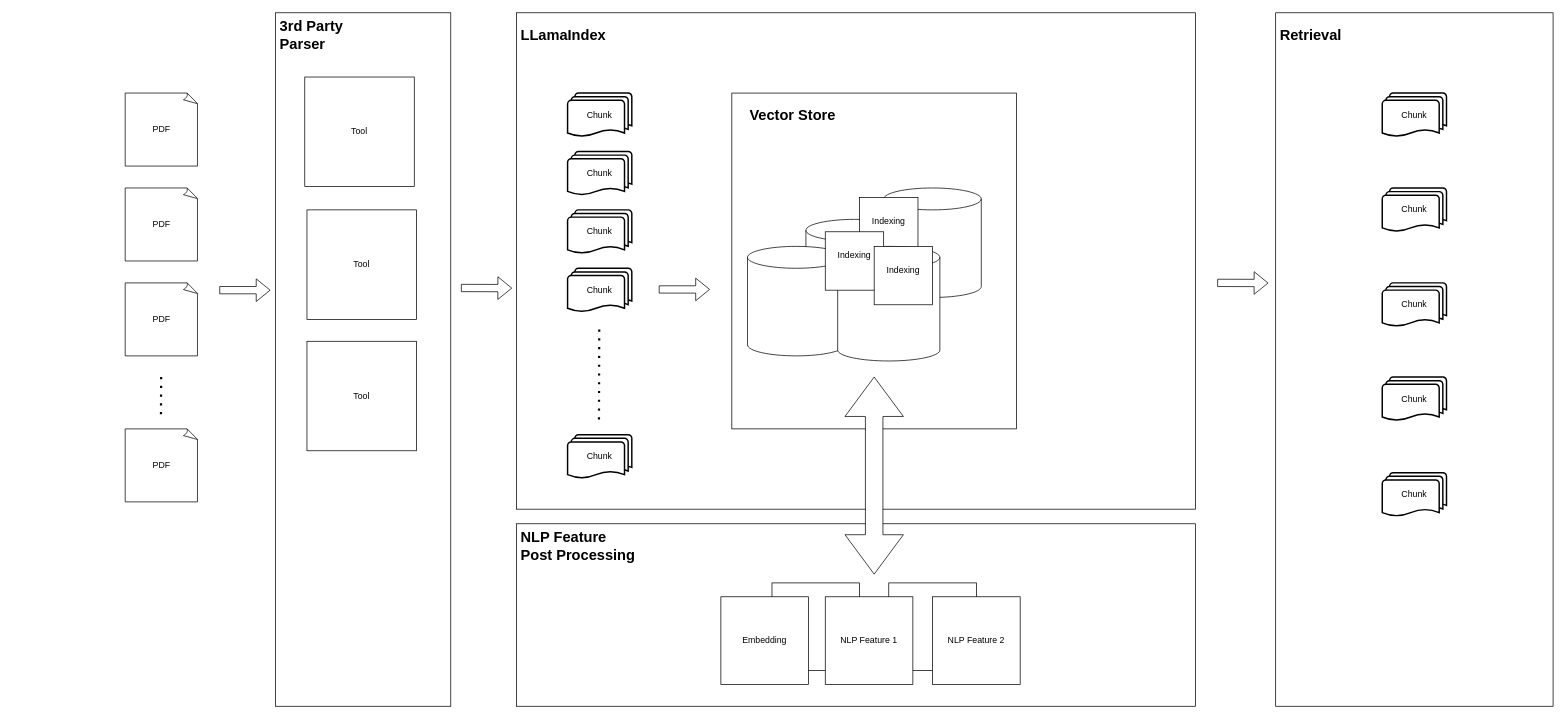
This is Untitled Diagram.drawio from xiaochen93/xiaochen93, a draw.io file, before an edit. Source tidied: cells renumbered, new cells numbered last; positions are measured from the earlier drawing's top-left corner, leaving out a move shared by most shapes. Both pictures are drawn from the tidied source at 73%, with x=0, y=0 at pixel (125, 12).
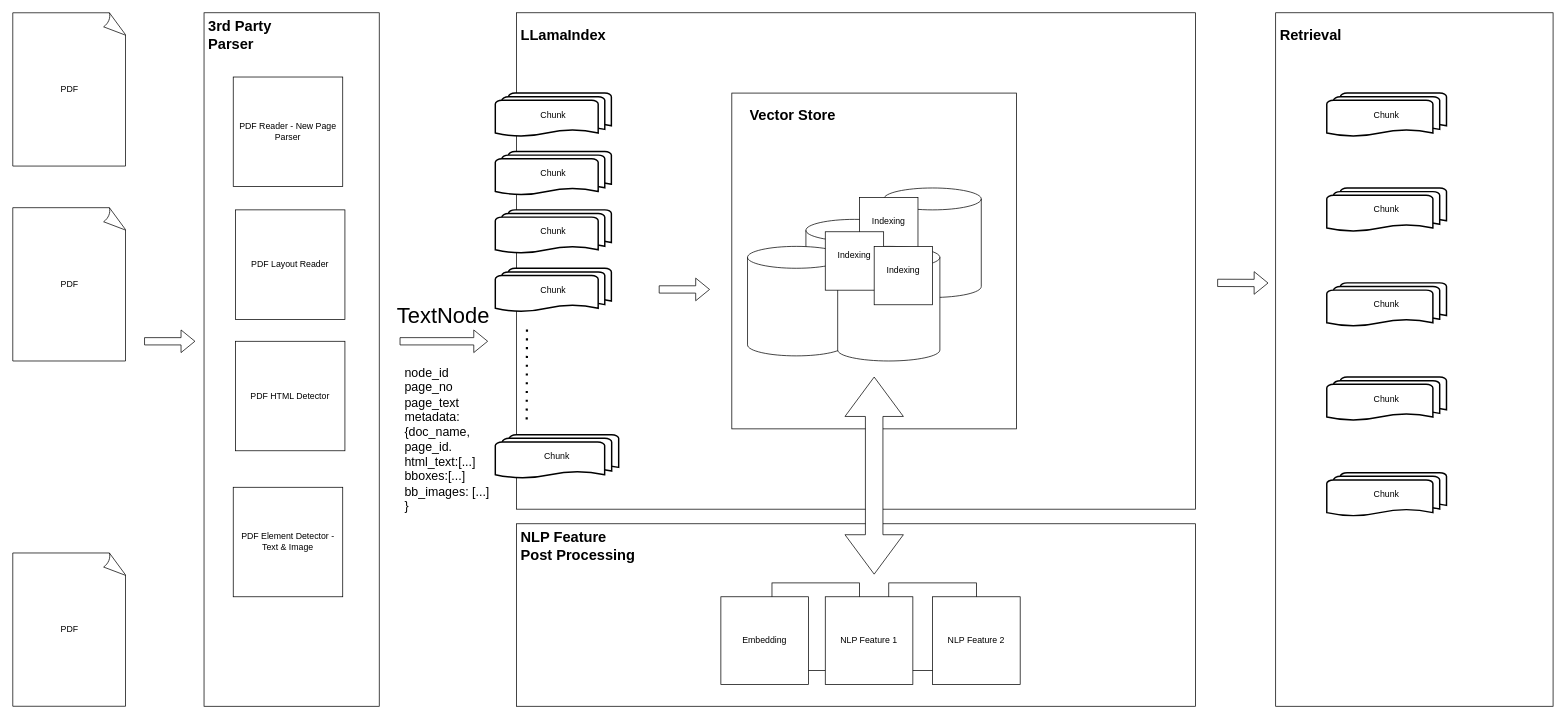
After the change.

The edit, as a diff of the source:
```diff
@@
     <mxCell id="2" style="whiteSpace=wrap;html=1;" parent="1" vertex="1">
-      <mxGeometry x="206" width="240" height="950" as="geometry" />
+      <mxGeometry x="108" width="240" height="950" as="geometry" />
     </mxCell>
@@
     <mxCell id="9" value="Chunk" style="strokeWidth=2;html=1;shape=mxgraph.flowchart.multi-document;whiteSpace=wrap;" parent="1" vertex="1">
-      <mxGeometry x="606" y="110" width="88" height="60" as="geometry" />
+      <mxGeometry x="507" y="110" width="159" height="60" as="geometry" />
     </mxCell>
     <mxCell id="10" value="Chunk" style="strokeWidth=2;html=1;shape=mxgraph.flowchart.multi-document;whiteSpace=wrap;" parent="1" vertex="1">
-      <mxGeometry x="606" y="190" width="88" height="60" as="geometry" />
+      <mxGeometry x="507" y="190" width="159" height="60" as="geometry" />
     </mxCell>
     <mxCell id="11" value="Chunk" style="strokeWidth=2;html=1;shape=mxgraph.flowchart.multi-document;whiteSpace=wrap;" parent="1" vertex="1">
-      <mxGeometry x="606" y="270" width="88" height="60" as="geometry" />
+      <mxGeometry x="507" y="270" width="159" height="60" as="geometry" />
     </mxCell>
     <mxCell id="12" value="Chunk" style="strokeWidth=2;html=1;shape=mxgraph.flowchart.multi-document;whiteSpace=wrap;" parent="1" vertex="1">
-      <mxGeometry x="606" y="578" width="88" height="60" as="geometry" />
+      <mxGeometry x="507" y="578" width="169" height="60" as="geometry" />
     </mxCell>
     <mxCell id="13" style="endArrow=none;dashed=1;html=1;dashPattern=1 3;strokeWidth=3;rounded=0;" parent="1" edge="1">
       <mxGeometry relative="1" as="geometry">
-        <mxPoint x="649" y="557" as="sourcePoint" />
-        <mxPoint x="649.4" y="429" as="targetPoint" />
+        <mxPoint x="550" y="557" as="sourcePoint" />
+        <mxPoint x="550.4" y="429" as="targetPoint" />
       </mxGeometry>
     </mxCell>
-    <mxCell id="14" value="Tool" style="whiteSpace=wrap;html=1;" parent="1" vertex="1">
-      <mxGeometry x="249" y="270" width="150" height="150" as="geometry" />
+    <mxCell id="14" value="PDF Layout Reader" style="whiteSpace=wrap;html=1;" parent="1" vertex="1">
+      <mxGeometry x="151" y="270" width="150" height="150" as="geometry" />
     </mxCell>
     <mxCell id="15" style="shape=flexArrow;endArrow=classic;html=1;rounded=0;verticalAlign=middle;" parent="1" edge="1">
       <mxGeometry relative="1" as="geometry">
-        <mxPoint x="460" y="377" as="sourcePoint" />
-        <mxPoint x="530" y="377.2" as="targetPoint" />
+        <mxPoint x="376" y="450" as="sourcePoint" />
+        <mxPoint x="497" y="450" as="targetPoint" />
       </mxGeometry>
     </mxCell>
     <mxCell id="16" value="PDF" style="whiteSpace=wrap;html=1;shape=mxgraph.basic.document;" parent="1" vertex="1">
-      <mxGeometry y="110" width="100" height="100" as="geometry" />
+      <mxGeometry x="-154" width="156" height="210" as="geometry" />
     </mxCell>
-    <mxCell id="17" value="PDF" style="whiteSpace=wrap;html=1;shape=mxgraph.basic.document;" parent="1" vertex="1">
-      <mxGeometry y="240" width="100" height="100" as="geometry" />
-    </mxCell>
-    <mxCell id="18" value="PDF" style="whiteSpace=wrap;html=1;shape=mxgraph.basic.document;" parent="1" vertex="1">
-      <mxGeometry y="370" width="100" height="100" as="geometry" />
-    </mxCell>
-    <mxCell id="19" value="PDF" style="whiteSpace=wrap;html=1;shape=mxgraph.basic.document;" parent="1" vertex="1">
-      <mxGeometry y="570" width="100" height="100" as="geometry" />
-    </mxCell>
-    <mxCell id="20" style="endArrow=none;dashed=1;html=1;dashPattern=1 3;strokeWidth=3;rounded=0;" parent="1" edge="1">
-      <mxGeometry relative="1" as="geometry">
-        <mxPoint x="49" y="550" as="sourcePoint" />
-        <mxPoint x="49.3" y="490" as="targetPoint" />
-      </mxGeometry>
-    </mxCell>
     <mxCell id="21" value="Chunk" style="strokeWidth=2;html=1;shape=mxgraph.flowchart.multi-document;whiteSpace=wrap;" parent="1" vertex="1">
-      <mxGeometry x="606" y="350" width="88" height="60" as="geometry" />
+      <mxGeometry x="507" y="350" width="159" height="60" as="geometry" />
     </mxCell>
@@
     <mxCell id="28" style="shape=flexArrow;endArrow=classic;html=1;rounded=0;verticalAlign=middle;" parent="1" edge="1">
       <mxGeometry relative="1" as="geometry">
-        <mxPoint x="129" y="380" as="sourcePoint" />
-        <mxPoint x="199" y="380" as="targetPoint" />
+        <mxPoint x="26" y="450" as="sourcePoint" />
+        <mxPoint x="96" y="450" as="targetPoint" />
       </mxGeometry>
     </mxCell>
@@
     <mxCell id="36" value="3rd Party Parser" style="text;strokeColor=none;fillColor=none;align=left;verticalAlign=middle;spacingLeft=4;spacingRight=4;overflow=hidden;whiteSpace=wrap;html=1;fontSize=20;fontStyle=1;labelBorderColor=none;labelBackgroundColor=default;" parent="1" vertex="1">
-      <mxGeometry x="206" width="130" height="60" as="geometry" />
+      <mxGeometry x="108" width="130" height="60" as="geometry" />
     </mxCell>
-    <mxCell id="37" value="Tool" style="whiteSpace=wrap;html=1;" parent="1" vertex="1">
-      <mxGeometry x="249" y="450" width="150" height="150" as="geometry" />
+    <mxCell id="37" value="PDF HTML Detector" style="whiteSpace=wrap;html=1;" parent="1" vertex="1">
+      <mxGeometry x="151" y="450" width="150" height="150" as="geometry" />
     </mxCell>
-    <mxCell id="38" value="Tool" style="whiteSpace=wrap;html=1;" parent="1" vertex="1">
-      <mxGeometry x="246" y="88" width="150" height="150" as="geometry" />
+    <mxCell id="38" value="PDF Reader - New Page Parser" style="whiteSpace=wrap;html=1;" parent="1" vertex="1">
+      <mxGeometry x="148" y="88" width="150" height="150" as="geometry" />
     </mxCell>
@@
     <mxCell id="42" value="Chunk" style="strokeWidth=2;html=1;shape=mxgraph.flowchart.multi-document;whiteSpace=wrap;" parent="1" vertex="1">
-      <mxGeometry x="1722" y="110" width="88" height="60" as="geometry" />
+      <mxGeometry x="1646" y="110" width="164" height="60" as="geometry" />
     </mxCell>
     <mxCell id="43" value="Chunk" style="strokeWidth=2;html=1;shape=mxgraph.flowchart.multi-document;whiteSpace=wrap;" parent="1" vertex="1">
-      <mxGeometry x="1722" y="240" width="88" height="60" as="geometry" />
+      <mxGeometry x="1646" y="240" width="164" height="60" as="geometry" />
     </mxCell>
     <mxCell id="44" value="Chunk" style="strokeWidth=2;html=1;shape=mxgraph.flowchart.multi-document;whiteSpace=wrap;" parent="1" vertex="1">
-      <mxGeometry x="1722" y="370" width="88" height="60" as="geometry" />
+      <mxGeometry x="1646" y="370" width="164" height="60" as="geometry" />
     </mxCell>
     <mxCell id="45" value="Chunk" style="strokeWidth=2;html=1;shape=mxgraph.flowchart.multi-document;whiteSpace=wrap;" parent="1" vertex="1">
-      <mxGeometry x="1722" y="499" width="88" height="60" as="geometry" />
+      <mxGeometry x="1646" y="499" width="164" height="60" as="geometry" />
     </mxCell>
     <mxCell id="46" value="Chunk" style="strokeWidth=2;html=1;shape=mxgraph.flowchart.multi-document;whiteSpace=wrap;" parent="1" vertex="1">
-      <mxGeometry x="1722" y="630" width="88" height="60" as="geometry" />
+      <mxGeometry x="1646" y="630" width="164" height="60" as="geometry" />
     </mxCell>
@@
+    <mxCell id="48" value="PDF Element Detector - Text &amp;amp; Image" style="whiteSpace=wrap;html=1;" parent="1" vertex="1">
+      <mxGeometry x="148" y="650" width="150" height="150" as="geometry" />
+    </mxCell>
+    <mxCell id="49" value="TextNode" style="text;html=1;align=center;verticalAlign=middle;whiteSpace=wrap;rounded=0;fontSize=30;" parent="1" vertex="1">
+      <mxGeometry x="406" y="400" width="60" height="30" as="geometry" />
+    </mxCell>
+    <mxCell id="50" value="PDF" style="whiteSpace=wrap;html=1;shape=mxgraph.basic.document;" parent="1" vertex="1">
+      <mxGeometry x="-154" y="267" width="156" height="210" as="geometry" />
+    </mxCell>
+    <mxCell id="51" value="PDF" style="whiteSpace=wrap;html=1;shape=mxgraph.basic.document;" parent="1" vertex="1">
+      <mxGeometry x="-154" y="740" width="156" height="210" as="geometry" />
+    </mxCell>
+    <mxCell id="52" value="&lt;div&gt;&lt;br&gt;&lt;/div&gt;&lt;div&gt;node_id&lt;/div&gt;&lt;div&gt;page_no&lt;/div&gt;page_text&lt;div&gt;metadata:&amp;nbsp;&lt;/div&gt;&lt;div&gt;{doc_name,&lt;/div&gt;&lt;div&gt;page_id.&lt;/div&gt;&lt;div&gt;html_text:[...]&lt;/div&gt;&lt;div&gt;bboxes:[...]&lt;/div&gt;&lt;div&gt;bb_images:&amp;nbsp;&lt;span style=&quot;background-color: initial;&quot;&gt;[...]&lt;/span&gt;&lt;/div&gt;&lt;div&gt;&lt;span style=&quot;background-color: initial;&quot;&gt;}&lt;/span&gt;&lt;/div&gt;" style="text;html=1;align=left;verticalAlign=middle;whiteSpace=wrap;rounded=0;fontSize=17;" parent="1" vertex="1">
+      <mxGeometry x="381" y="450" width="135" height="250" as="geometry" />
+    </mxCell>
```
